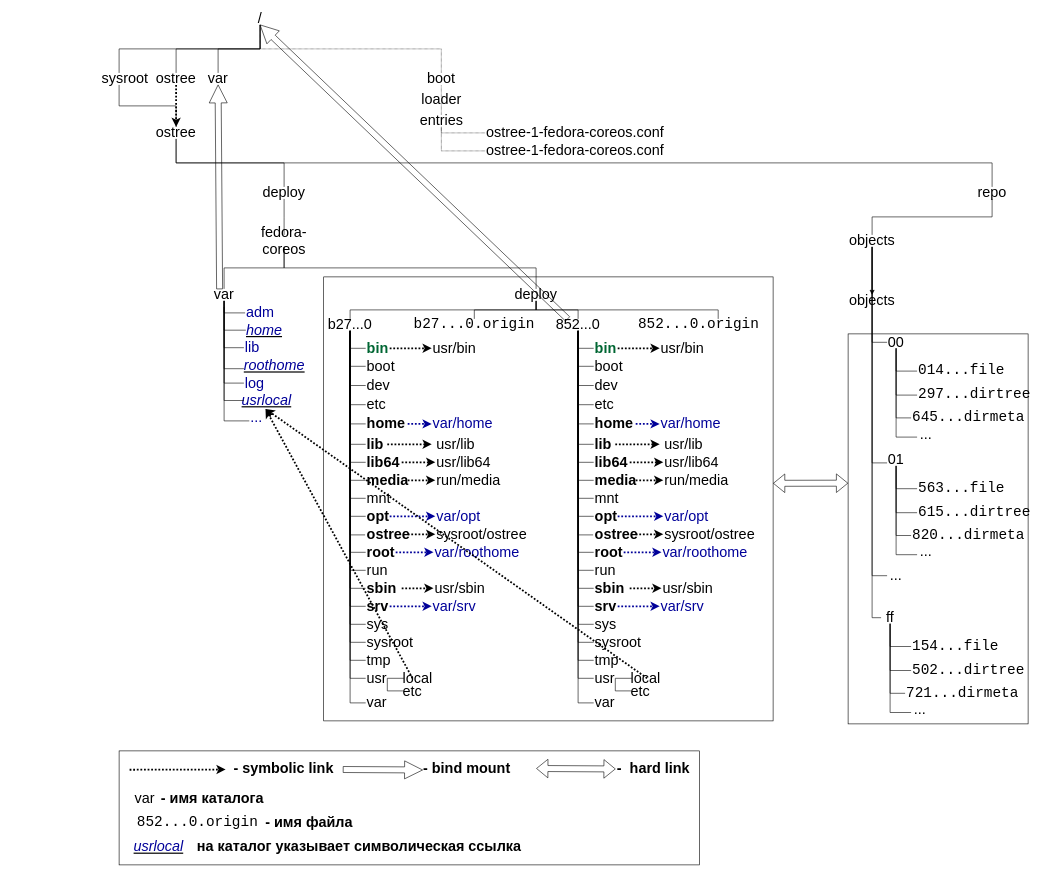
kafnevod/ALT-CoreOs keeps this draw.io diagram as Fedora-CoreOs/ostree/Images/stateroot.drawio. Above is the earlier version. Source tidied: cells renumbered, new cells numbered last; positions are measured from the earlier drawing's top-left corner, leaving out a move shared by most shapes. Both pictures are drawn from the tidied source at 60%, with x=0, y=0 at pixel (113, 13).
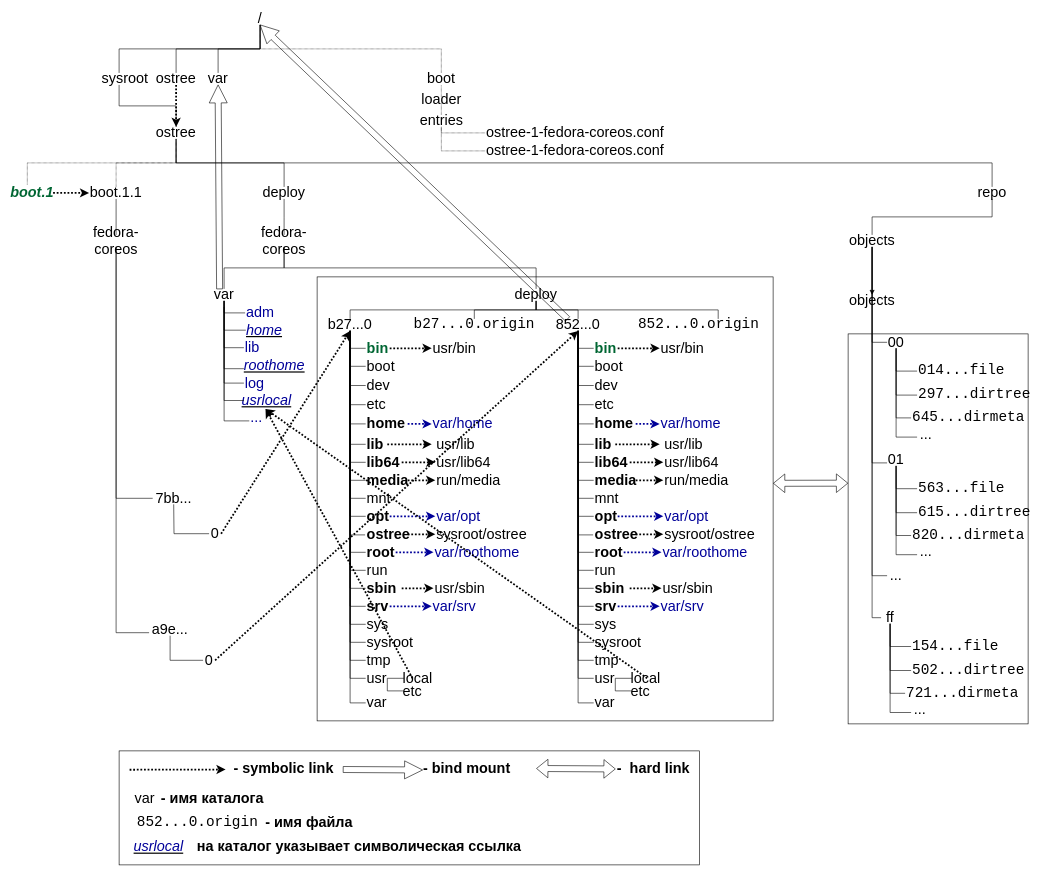
Above is the later version.

Unchanged cells that the change refers to:
```xml
<mxCell id="3" value="&lt;font style=&quot;font-size: 24px&quot;&gt;ostree&lt;/font&gt;" style="text;html=1;strokeColor=none;fillColor=none;align=center;verticalAlign=middle;whiteSpace=wrap;rounded=0;" parent="1" vertex="1">
  <mxGeometry x="70" y="190" width="70" height="20" as="geometry" />
</mxCell>
<mxCell id="29" value="&lt;font style=&quot;font-size: 24px&quot;&gt;b27...0&lt;/font&gt;" style="text;html=1;strokeColor=none;fillColor=none;align=center;verticalAlign=middle;whiteSpace=wrap;rounded=0;" parent="1" vertex="1">
  <mxGeometry x="360" y="510" width="70" height="20" as="geometry" />
</mxCell>
<mxCell id="94" value="&lt;font style=&quot;font-size: 24px&quot;&gt;852...0&lt;/font&gt;" style="text;html=1;strokeColor=none;fillColor=none;align=center;verticalAlign=middle;whiteSpace=wrap;rounded=0;" parent="1" vertex="1">
  <mxGeometry x="740" y="510" width="70" height="20" as="geometry" />
</mxCell>
```

Change to the diagram source:
```diff
@@
     <mxCell id="227" style="rounded=0;whiteSpace=wrap;html=1;fillColor=none;" parent="1" vertex="1">
-      <mxGeometry x="351" y="440" width="749" height="740" as="geometry" />
+      <mxGeometry x="340" y="440" width="760" height="740" as="geometry" />
     </mxCell>
@@
+    <mxCell id="239" value="&lt;font style=&quot;font-size: 24px&quot;&gt;boot.1.1&lt;/font&gt;" style="text;html=1;strokeColor=none;fillColor=none;align=center;verticalAlign=middle;whiteSpace=wrap;rounded=0;" parent="1" vertex="1">
+      <mxGeometry x="-40" y="290" width="90" height="20" as="geometry" />
+    </mxCell>
+    <mxCell id="240" value="&lt;font style=&quot;font-size: 24px&quot; color=&quot;#006633&quot;&gt;&lt;i&gt;&lt;b&gt;boot.1&lt;/b&gt;&lt;/i&gt;&lt;/font&gt;" style="text;html=1;strokeColor=none;fillColor=none;align=center;verticalAlign=middle;whiteSpace=wrap;rounded=0;" parent="1" vertex="1">
+      <mxGeometry x="-170" y="290" width="70" height="20" as="geometry" />
+    </mxCell>
+    <mxCell id="241" style="endArrow=classic;html=1;exitX=1;exitY=0.5;exitDx=0;exitDy=0;shadow=0;dashed=1;dashPattern=1 1;strokeWidth=3;" parent="1" edge="1" source="240" target="239">
+      <mxGeometry relative="1" as="geometry" />
+    </mxCell>
+    <mxCell id="242" value="&lt;font style=&quot;font-size: 24px&quot;&gt;fedora-coreos&lt;/font&gt;" style="text;html=1;strokeColor=none;fillColor=none;align=center;verticalAlign=middle;whiteSpace=wrap;rounded=0;" parent="1" vertex="1">
+      <mxGeometry x="-30" y="370" width="70" height="20" as="geometry" />
+    </mxCell>
+    <mxCell id="243" style="endArrow=none;html=1;shadow=0;strokeWidth=1;entryX=0.5;entryY=1;entryDx=0;entryDy=0;" parent="1" edge="1" source="242" target="239">
+      <mxGeometry relative="1" as="geometry" />
+    </mxCell>
+    <mxCell id="244" value="&lt;font style=&quot;font-size: 24px&quot;&gt;7bb...&lt;/font&gt;" style="text;html=1;strokeColor=none;fillColor=none;align=center;verticalAlign=middle;whiteSpace=wrap;rounded=0;flipH=1;" parent="1" vertex="1">
+      <mxGeometry x="66" y="799" width="70" height="20" as="geometry" />
+    </mxCell>
+    <mxCell id="245" value="&lt;font style=&quot;font-size: 24px&quot;&gt;a9e...&lt;/font&gt;" style="text;html=1;strokeColor=none;fillColor=none;align=center;verticalAlign=middle;whiteSpace=wrap;rounded=0;" parent="1" vertex="1">
+      <mxGeometry x="60" y="1018" width="70" height="20" as="geometry" />
+    </mxCell>
+    <mxCell id="246" style="endArrow=none;html=1;shadow=0;strokeWidth=1;exitX=0;exitY=0.5;exitDx=0;exitDy=0;edgeStyle=orthogonalEdgeStyle;rounded=0;" parent="1" edge="1" source="244" target="242">
+      <mxGeometry relative="1" as="geometry" />
+    </mxCell>
+    <mxCell id="247" style="endArrow=none;html=1;shadow=0;strokeWidth=1;exitX=0;exitY=0.75;exitDx=0;exitDy=0;edgeStyle=orthogonalEdgeStyle;rounded=0;" parent="1" edge="1" source="245" target="242">
+      <mxGeometry relative="1" as="geometry" />
+    </mxCell>
+    <mxCell id="248" style="endArrow=none;html=1;shadow=0;strokeColor=#000000;strokeWidth=1;entryX=0;entryY=0.5;entryDx=0;entryDy=0;edgeStyle=orthogonalEdgeStyle;rounded=0;" parent="1" edge="1" source="245">
+      <mxGeometry relative="1" as="geometry">
+        <mxPoint x="150" y="1079" as="targetPoint" />
+        <Array as="points">
+          <mxPoint x="95" y="1079" />
+        </Array>
+      </mxGeometry>
+    </mxCell>
+    <mxCell id="249" style="endArrow=none;html=1;dashed=1;dashPattern=1 1;entryX=0.5;entryY=1;entryDx=0;entryDy=0;exitX=0.386;exitY=-0.2;exitDx=0;exitDy=0;exitPerimeter=0;rounded=0;edgeStyle=orthogonalEdgeStyle;" parent="1" edge="1" source="240" target="3">
+      <mxGeometry relative="1" as="geometry">
+        <Array as="points">
+          <mxPoint x="-143" y="250" />
+          <mxPoint x="105" y="250" />
+        </Array>
+      </mxGeometry>
+    </mxCell>
+    <mxCell id="250" style="endArrow=none;html=1;dashed=1;dashPattern=1 1;entryX=0.5;entryY=1;entryDx=0;entryDy=0;exitX=0.5;exitY=0;exitDx=0;exitDy=0;rounded=0;edgeStyle=orthogonalEdgeStyle;" parent="1" edge="1" source="239" target="3">
+      <mxGeometry relative="1" as="geometry" />
+    </mxCell>
+    <mxCell id="251" style="endArrow=classic;html=1;shadow=0;dashed=1;dashPattern=1 1;strokeWidth=3;entryX=0.5;entryY=1;entryDx=0;entryDy=0;exitX=1;exitY=0.5;exitDx=0;exitDy=0;" parent="1" edge="1" source="253" target="29">
+      <mxGeometry relative="1" as="geometry" />
+    </mxCell>
+    <mxCell id="252" style="endArrow=classic;html=1;shadow=0;dashed=1;dashPattern=1 1;strokeWidth=3;entryX=0.5;entryY=1;entryDx=0;entryDy=0;exitX=1;exitY=0.5;exitDx=0;exitDy=0;" parent="1" edge="1" source="255" target="94">
+      <mxGeometry relative="1" as="geometry" />
+    </mxCell>
+    <mxCell id="253" value="&lt;font style=&quot;font-size: 24px&quot;&gt;0&lt;/font&gt;" style="text;html=1;strokeColor=none;fillColor=none;align=center;verticalAlign=middle;whiteSpace=wrap;rounded=0;" parent="1" vertex="1">
+      <mxGeometry x="160" y="858" width="20" height="20" as="geometry" />
+    </mxCell>
+    <mxCell id="254" style="endArrow=none;html=1;shadow=0;strokeColor=#000000;strokeWidth=1;exitX=0;exitY=0.5;exitDx=0;exitDy=0;edgeStyle=orthogonalEdgeStyle;rounded=0;" parent="1" edge="1" source="253">
+      <mxGeometry relative="1" as="geometry">
+        <mxPoint x="101" y="819" as="targetPoint" />
+      </mxGeometry>
+    </mxCell>
+    <mxCell id="255" value="&lt;font style=&quot;font-size: 24px&quot;&gt;0&lt;/font&gt;" style="text;html=1;strokeColor=none;fillColor=none;align=center;verticalAlign=middle;whiteSpace=wrap;rounded=0;" parent="1" vertex="1">
+      <mxGeometry x="150" y="1069" width="20" height="20" as="geometry" />
+    </mxCell>
```
